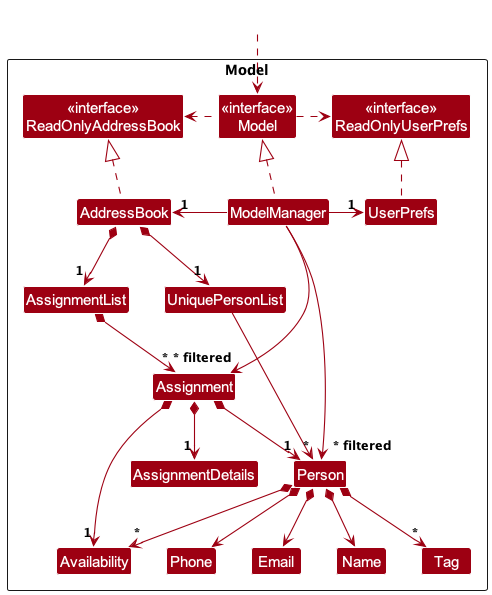
This is docs/images/ModelClassDiagram.png from YowSiaoKang/tp, a PlantUML export, as it was before one commit. Source of this version:
```plantuml
@startuml
!include style.puml
skinparam arrowThickness 1.1
skinparam arrowColor MODEL_COLOR
skinparam classBackgroundColor MODEL_COLOR

Package Model as ModelPackage <<Rectangle>>{
Class "<<interface>>\nReadOnlyAddressBook" as ReadOnlyAddressBook
Class "<<interface>>\nReadOnlyUserPrefs" as ReadOnlyUserPrefs
Class "<<interface>>\nModel" as Model
Class AddressBook
Class ModelManager
Class UserPrefs

Class UniquePersonList
Class Person
Class Email
Class Name
Class Phone
Class Availability
Class Tag

Class AssignmentList
Class Assignment
Class AssignmentDetails

Class I #FFFFFF
}

Class HiddenOutside #FFFFFF
HiddenOutside ..> Model

AddressBook .up.|> ReadOnlyAddressBook

ModelManager .up.|> Model
Model .right.> ReadOnlyUserPrefs
Model .left.> ReadOnlyAddressBook
ModelManager -left-> "1" AddressBook
ModelManager -right-> "1" UserPrefs
UserPrefs .up.|> ReadOnlyUserPrefs

AddressBook *--> "1" UniquePersonList
AddressBook *--> "1" AssignmentList
UniquePersonList --> "*" Person
Person *--> Name
Person *--> Phone
Person *--> Email
Person *--> "*" Availability
Person *--> "*" Tag

AssignmentList *--> "*" Assignment
Assignment *--> "1"Person
Assignment *--> "1" AssignmentDetails
Assignment *--> "1" Availability

Person -[hidden]up--> I
UniquePersonList -[hidden]right-> I

Name -[hidden]right-> Phone
Phone -[hidden]right-> Email
Email -[hidden]right-> Availability

ModelManager --> "~* filtered" Person
ModelManager --> "~* filtered" Assignment
@enduml
```
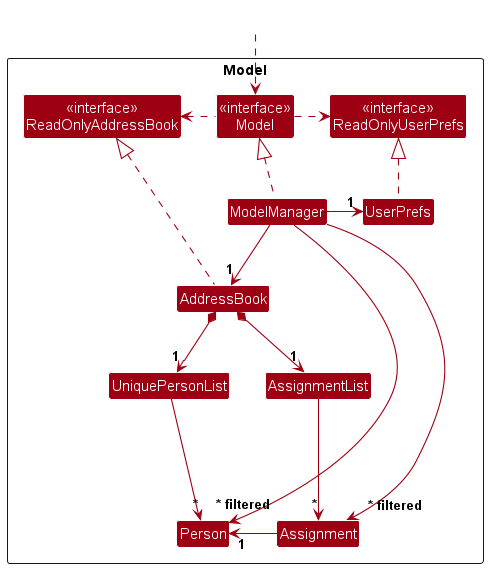
The same file after the commit.

Commit message:
Edit DG and improve diagrams

What changed in the source:
```diff
@@ -14,15 +14,11 @@
 
 Class UniquePersonList
 Class Person
-Class Email
-Class Name
-Class Phone
-Class Availability
-Class Tag
+
 
 Class AssignmentList
 Class Assignment
-Class AssignmentDetails
+
 
 Class I #FFFFFF
 }
@@ -35,30 +31,22 @@
 ModelManager .up.|> Model
 Model .right.> ReadOnlyUserPrefs
 Model .left.> ReadOnlyAddressBook
-ModelManager -left-> "1" AddressBook
+ModelManager -down-> "1" AddressBook
 ModelManager -right-> "1" UserPrefs
 UserPrefs .up.|> ReadOnlyUserPrefs
 
-AddressBook *--> "1" UniquePersonList
-AddressBook *--> "1" AssignmentList
-UniquePersonList --> "*" Person
-Person *--> Name
-Person *--> Phone
-Person *--> Email
-Person *--> "*" Availability
-Person *--> "*" Tag
+AddressBook *-down-> "1" UniquePersonList
+AddressBook *-down-> "1" AssignmentList
+UniquePersonList -down--> "*" Person
 
-AssignmentList *--> "*" Assignment
-Assignment *--> "1"Person
-Assignment *--> "1" AssignmentDetails
-Assignment *--> "1" Availability
+
+AssignmentList -down--> "*" Assignment
+Assignment -left--> "1"Person
 
 Person -[hidden]up--> I
 UniquePersonList -[hidden]right-> I
 
-Name -[hidden]right-> Phone
-Phone -[hidden]right-> Email
-Email -[hidden]right-> Availability
+
 
 ModelManager --> "~* filtered" Person
 ModelManager --> "~* filtered" Assignment
```
